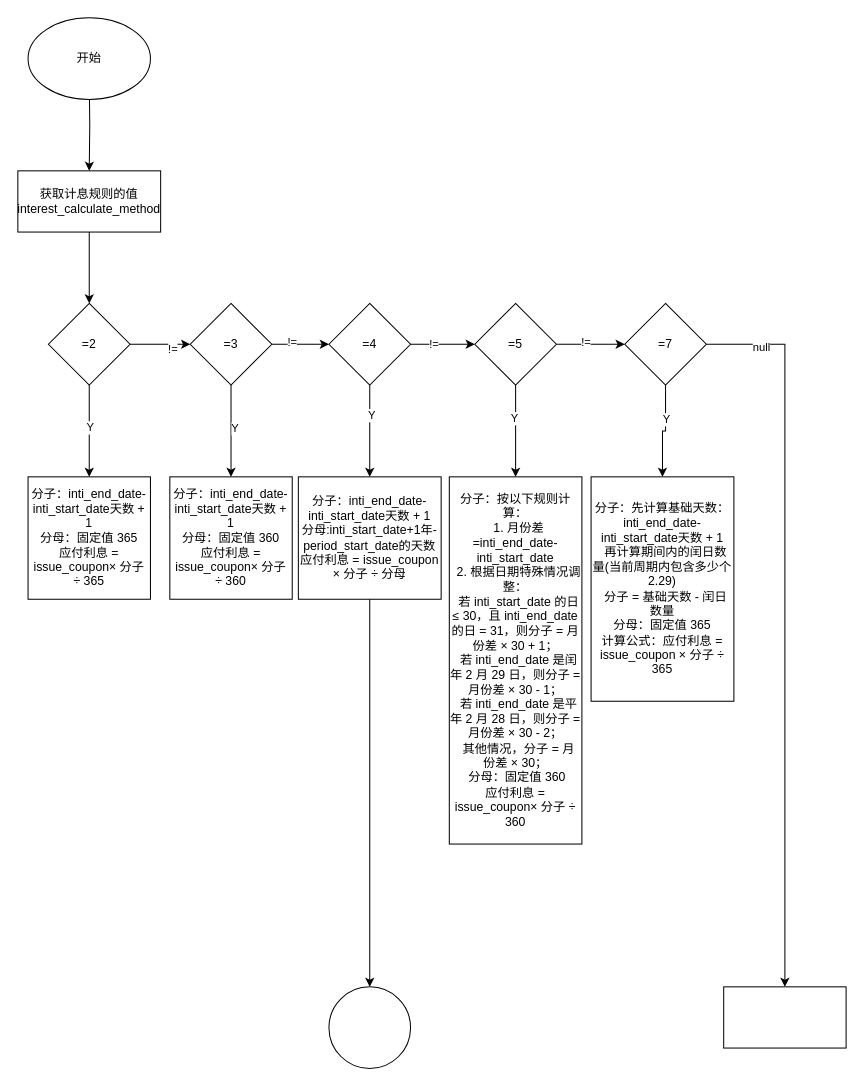
xbluckly/test keeps this draw.io diagram as 计息规则流程图.drawio. Above is the earlier version. Source tidied: cells renumbered, new cells numbered last; positions are measured from the earlier drawing's top-left corner, leaving out a move shared by most shapes. Both pictures are drawn from the tidied source at 102%, with x=0, y=0 at pixel (17, 17).
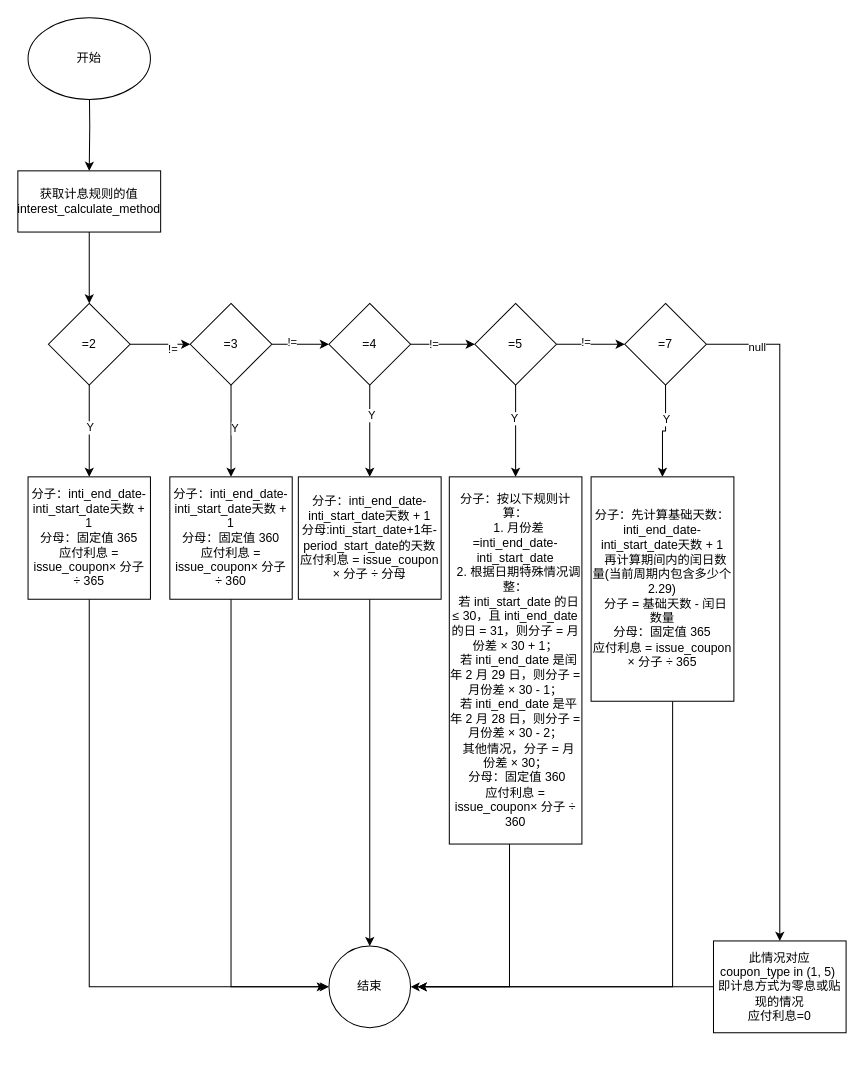
The same page after the edit.

Commit message (it also covers changes not shown here):
更新计息规则流程图.drawio

The change refers to these unchanged cells:
```xml
<mxCell id="16" value="&lt;div&gt;分子：inti_end_date-inti_start_date天数 + 1&lt;/div&gt;&lt;div&gt;分母：固定值 365&lt;/div&gt;&lt;div&gt;应付利息 = issue_coupon× 分子 ÷ 365&lt;/div&gt;" style="whiteSpace=wrap;html=1;" parent="1" vertex="1">
  <mxGeometry x="10" y="450" width="120" height="120" as="geometry" />
</mxCell>
<mxCell id="17" value="&lt;div&gt;分子：inti_end_date-inti_start_date天数 + 1&lt;/div&gt;&lt;div&gt;分母：固定值 360&lt;/div&gt;&lt;div&gt;应付利息 = issue_coupon× 分子 ÷ 360&lt;/div&gt;" style="whiteSpace=wrap;html=1;" parent="1" vertex="1">
  <mxGeometry x="149" y="450" width="120" height="120" as="geometry" />
</mxCell>
<mxCell id="35" value="&lt;div&gt;分子：按以下规则计算：&lt;/div&gt;&lt;div&gt;&amp;nbsp; 1. 月份差=inti_end_date-inti_start_date&lt;/div&gt;&lt;div&gt;&amp;nbsp; 2. 根据日期特殊情况调整：&lt;/div&gt;&lt;div&gt;&amp;nbsp; 若 inti_start_date 的日 ≤ 30，且 inti_end_date 的日 = 31，则分子 = 月份差 × 30 + 1；&lt;/div&gt;&lt;div&gt;&amp;nbsp; 若 inti_end_date 是闰年 2 月 29 日，则分子 = 月份差 × 30 - 1；&lt;/div&gt;&lt;div&gt;&amp;nbsp; 若 inti_end_date 是平年 2 月 28 日，则分子 = 月份差 × 30 - 2；&lt;/div&gt;&lt;div&gt;&amp;nbsp; 其他情况，分子 = 月份差 × 30；&lt;/div&gt;&lt;div&gt;&amp;nbsp;分母：固定值 360&lt;/div&gt;&lt;div&gt;应付利息 = issue_coupon× 分子 ÷ 360&lt;/div&gt;" style="whiteSpace=wrap;html=1;" parent="1" vertex="1">
  <mxGeometry x="423" y="450" width="130" height="360" as="geometry" />
</mxCell>
```

Diff of the diagram source:
```diff
@@
+    <mxCell id="39" style="edgeStyle=orthogonalEdgeStyle;rounded=0;jettySize=auto;html=1;entryX=0;entryY=0.5;entryDx=0;entryDy=0;exitX=0.5;exitY=1;exitDx=0;exitDy=0;" parent="1" edge="1" source="16" target="38">
+      <mxGeometry relative="1" as="geometry" />
+    </mxCell>
@@
+    <mxCell id="40" style="edgeStyle=orthogonalEdgeStyle;rounded=0;jettySize=auto;html=1;exitX=0.5;exitY=1;exitDx=0;exitDy=0;" parent="1" edge="1" source="17">
+      <mxGeometry relative="1" as="geometry">
+        <mxPoint x="302" y="950" as="targetPoint" />
+        <Array as="points">
+          <mxPoint x="209" y="950" />
+        </Array>
+      </mxGeometry>
+    </mxCell>
@@
+    <mxCell id="41" style="edgeStyle=orthogonalEdgeStyle;rounded=0;jettySize=auto;html=1;entryX=1;entryY=0.5;entryDx=0;entryDy=0;exitX=0.454;exitY=1;exitDx=0;exitDy=0;exitPerimeter=0;" parent="1" edge="1" source="35" target="38">
+      <mxGeometry relative="1" as="geometry" />
+    </mxCell>
@@
+    <mxCell id="42" style="edgeStyle=orthogonalEdgeStyle;rounded=0;jettySize=auto;html=1;exitX=0.571;exitY=1;exitDx=0;exitDy=0;exitPerimeter=0;" parent="1" edge="1" source="36">
+      <mxGeometry relative="1" as="geometry">
+        <mxPoint x="392" y="950" as="targetPoint" />
+        <Array as="points">
+          <mxPoint x="642" y="950" />
+        </Array>
+      </mxGeometry>
+    </mxCell>
-    <mxCell id="36" value="&lt;div&gt;分子：先计算基础天数：inti_end_date-inti_start_date天数 + 1&lt;/div&gt;&lt;div&gt;&amp;nbsp; 再计算期间内的闰日数量(当前周期内包含多少个2.29)&lt;/div&gt;&lt;div&gt;&amp;nbsp; 分子 = 基础天数 - 闰日数量&lt;/div&gt;&lt;div&gt;分母：固定值 365&lt;/div&gt;&lt;div&gt;计算公式：应付利息 = issue_coupon × 分子 ÷ 365&lt;/div&gt;" style="whiteSpace=wrap;html=1;" parent="1" vertex="1">
+    <mxCell id="36" value="&lt;div&gt;分子：先计算基础天数：inti_end_date-inti_start_date天数 + 1&lt;/div&gt;&lt;div&gt;&amp;nbsp; 再计算期间内的闰日数量(当前周期内包含多少个2.29)&lt;/div&gt;&lt;div&gt;&amp;nbsp; 分子 = 基础天数 - 闰日数量&lt;/div&gt;&lt;div&gt;分母：固定值 365&lt;/div&gt;&lt;div&gt;应付利息 = issue_coupon × 分子 ÷ 365&lt;/div&gt;" style="whiteSpace=wrap;html=1;" parent="1" vertex="1">
       <mxGeometry x="562" y="450" width="140" height="220" as="geometry" />
     </mxCell>
+    <mxCell id="43" style="edgeStyle=orthogonalEdgeStyle;rounded=0;jettySize=auto;html=1;" parent="1" edge="1" source="37">
+      <mxGeometry relative="1" as="geometry">
+        <mxPoint x="392" y="950" as="targetPoint" />
+      </mxGeometry>
+    </mxCell>
-    <mxCell id="37" style="whiteSpace=wrap;html=1;" parent="1" vertex="1">
-      <mxGeometry x="692" y="950" width="120" height="60" as="geometry" />
+    <mxCell id="37" value="&lt;div&gt;此情况对应coupon_type in (1, 5)&amp;nbsp;&lt;/div&gt;&lt;div&gt;即计息方式为零息或贴现的情况&lt;/div&gt;&lt;div&gt;应付利息=0&lt;/div&gt;" style="whiteSpace=wrap;html=1;" parent="1" vertex="1">
+      <mxGeometry x="682" y="905" width="130" height="90" as="geometry" />
     </mxCell>
-    <mxCell id="38" style="ellipse;whiteSpace=wrap;html=1;" parent="1" vertex="1">
-      <mxGeometry x="305" y="950" width="80" height="80" as="geometry" />
+    <mxCell id="38" value="结束" style="ellipse;whiteSpace=wrap;html=1;" parent="1" vertex="1">
+      <mxGeometry x="305" y="910" width="80" height="80" as="geometry" />
     </mxCell>
```
